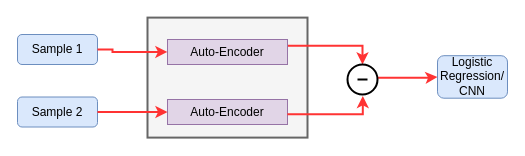
Above: doc/Auto-encoder.drawio in DanielGabay/Author-verification-by-handwriting-samples (draw.io), before the change. Source tidied: cells renumbered, new cells numbered last; positions are measured from the earlier drawing's top-left corner, leaving out a move shared by most shapes. Both pictures are drawn from the tidied source at 100%, with x=0, y=0 at pixel (17, 17). Pictures stored in the file or linked from it are replaced by grey dashed boxes.
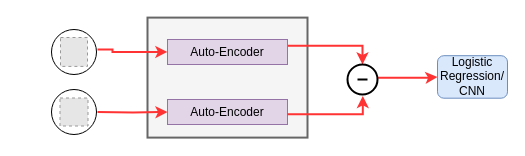
After the change.

The change refers to these unchanged cells:
```xml
<mxCell id="5" value="Auto-Encoder" style="rounded=0;whiteSpace=wrap;html=1;fillColor=#e1d5e7;strokeColor=#9673a6;" parent="1" vertex="1">
  <mxGeometry x="150" y="82" width="120" height="25" as="geometry" />
</mxCell>
```

What changed in the source:
```diff
@@
-    <mxCell id="2" value="Sample 1" style="rounded=1;whiteSpace=wrap;html=1;fillColor=#dae8fc;strokeColor=#6c8ebf;" parent="1" vertex="1">
-      <mxGeometry y="17" width="80" height="30" as="geometry" />
-    </mxCell>
-    <mxCell id="3" value="Sample 2" style="rounded=1;whiteSpace=wrap;html=1;fillColor=#dae8fc;strokeColor=#6c8ebf;" parent="1" vertex="1">
-      <mxGeometry y="79.5" width="80" height="30" as="geometry" />
-    </mxCell>
@@
-    <mxCell id="8" style="edgeStyle=orthogonalEdgeStyle;rounded=0;jettySize=auto;html=1;entryX=0;entryY=0.25;entryDx=0;entryDy=0;strokeColor=#FF3333;strokeWidth=2;exitX=1;exitY=0.5;exitDx=0;exitDy=0;" parent="1" edge="1" source="2">
+    <mxCell id="8" style="edgeStyle=orthogonalEdgeStyle;rounded=0;orthogonalLoop=1;jettySize=auto;html=1;entryX=0;entryY=0.25;entryDx=0;entryDy=0;strokeColor=#FF3333;strokeWidth=2;exitX=1;exitY=0.5;exitDx=0;exitDy=0;" parent="1" edge="1">
       <mxGeometry relative="1" as="geometry">
+        <mxPoint x="80" y="32" as="sourcePoint" />
         <mxPoint x="149.9" y="34.4" as="targetPoint" />
         <Array as="points">
           <mxPoint x="95" y="34" />
         </Array>
       </mxGeometry>
     </mxCell>
-    <mxCell id="9" style="edgeStyle=orthogonalEdgeStyle;rounded=0;jettySize=auto;html=1;strokeColor=#FF3333;strokeWidth=2;" parent="1" edge="1" source="3" target="5">
-      <mxGeometry relative="1" as="geometry" />
+    <mxCell id="9" style="edgeStyle=orthogonalEdgeStyle;rounded=0;jettySize=auto;html=1;strokeColor=#FF3333;strokeWidth=2;" parent="1" edge="1" target="5">
+      <mxGeometry relative="1" as="geometry">
+        <mxPoint x="80" y="94.5" as="sourcePoint" />
+      </mxGeometry>
     </mxCell>
@@
+    <mxCell id="15" style="ellipse;whiteSpace=wrap;html=1;" parent="1" vertex="1">
+      <mxGeometry x="34" y="72" width="45" height="45" as="geometry" />
+    </mxCell>
+    <mxCell id="16" style="ellipse;whiteSpace=wrap;html=1;" parent="1" vertex="1">
+      <mxGeometry x="34" y="12" width="45" height="45" as="geometry" />
+    </mxCell>
+    <mxCell id="17" style="fillColor=#E6E6E6;strokeColor=#999999;dashed=1;verticalLabelPosition=bottom;labelBackgroundColor=#ffffff;verticalAlign=top;" parent="1" vertex="1">
+      <mxGeometry x="43" y="20" width="27" height="28.9" as="geometry" />
+    </mxCell>
+    <mxCell id="18" style="fillColor=#E6E6E6;strokeColor=#999999;dashed=1;verticalLabelPosition=bottom;verticalAlign=top;" parent="1" vertex="1">
+      <mxGeometry x="42.5" y="80.5" width="28" height="28" as="geometry" />
+    </mxCell>
```
